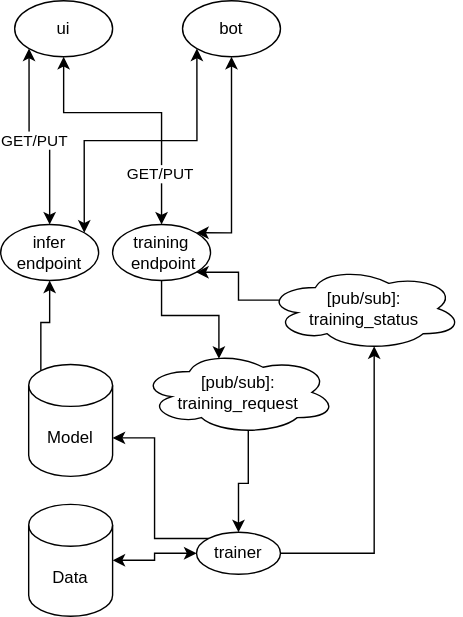
Earlier version of the draw.io export Architecture.svg (tianle91/astroturf). Source tidied: cells renumbered, new cells last; positions are measured from the earlier drawing's top-left corner, leaving out a move shared by most shapes.
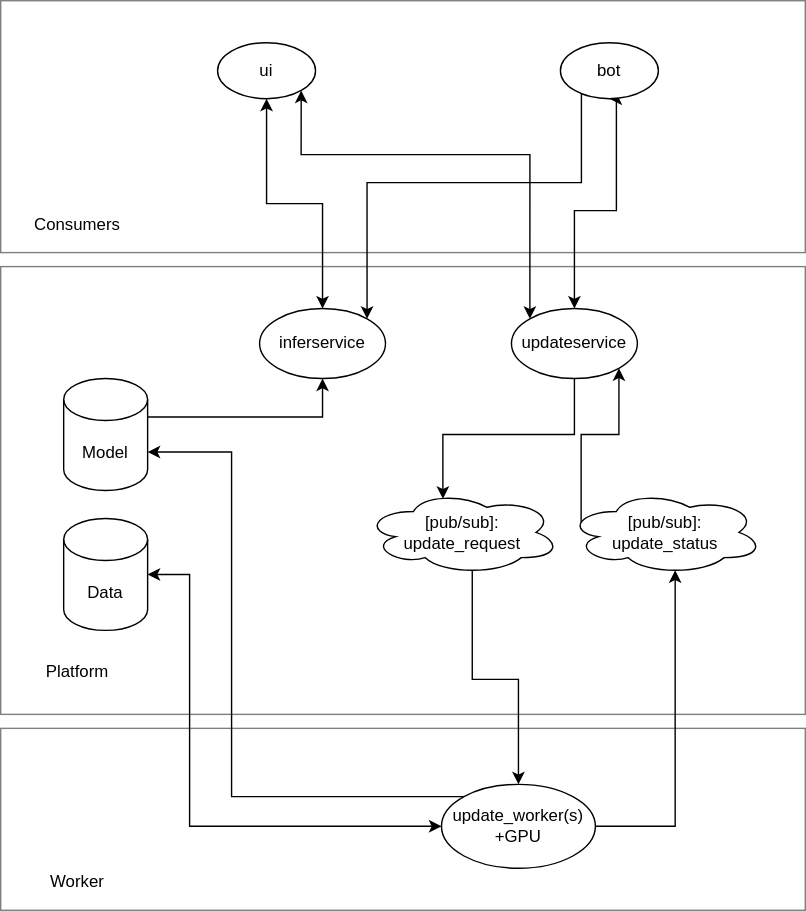
After the change.

Commit message:
new architecture and framework

Change to the diagram source:
```diff
@@ -2,82 +2,108 @@
   <root>
     <mxCell id="0" />
     <mxCell id="1" parent="0" />
+    <mxCell id="23" style="rounded=0;whiteSpace=wrap;html=1;sketch=0;opacity=50;" parent="1" vertex="1">
+      <mxGeometry x="15" y="510" width="575" height="130" as="geometry" />
+    </mxCell>
+    <mxCell id="24" style="rounded=0;whiteSpace=wrap;html=1;sketch=0;opacity=50;" parent="1" vertex="1">
+      <mxGeometry x="15" y="180" width="575" height="320" as="geometry" />
+    </mxCell>
+    <mxCell id="25" style="rounded=0;whiteSpace=wrap;html=1;sketch=0;opacity=50;" parent="1" vertex="1">
+      <mxGeometry x="15" y="-10" width="575" height="180" as="geometry" />
+    </mxCell>
     <mxCell id="2" style="edgeStyle=orthogonalEdgeStyle;rounded=0;jettySize=auto;html=1;exitX=1;exitY=0.5;exitDx=0;exitDy=0;exitPerimeter=0;entryX=0;entryY=0.5;entryDx=0;entryDy=0;startArrow=classic;startFill=1;" parent="1" edge="1" source="3" target="14">
-      <mxGeometry relative="1" as="geometry" />
+      <mxGeometry relative="1" as="geometry">
+        <Array as="points">
+          <mxPoint x="150" y="400" />
+          <mxPoint x="150" y="580" />
+        </Array>
+      </mxGeometry>
     </mxCell>
     <mxCell id="3" value="Data" style="shape=cylinder3;whiteSpace=wrap;html=1;boundedLbl=1;backgroundOutline=1;size=15;" parent="1" vertex="1">
-      <mxGeometry x="20" y="360" width="60" height="80" as="geometry" />
+      <mxGeometry x="60" y="360" width="60" height="80" as="geometry" />
     </mxCell>
-    <mxCell id="4" style="edgeStyle=orthogonalEdgeStyle;rounded=0;jettySize=auto;html=1;exitX=0.145;exitY=0;exitDx=0;exitDy=4.35;entryX=0.5;entryY=1;entryDx=0;entryDy=0;exitPerimeter=0;" parent="1" edge="1" source="5" target="11">
+    <mxCell id="4" style="edgeStyle=orthogonalEdgeStyle;rounded=0;jettySize=auto;html=1;exitX=1;exitY=0;exitDx=0;exitDy=27.5;entryX=0.5;entryY=1;entryDx=0;entryDy=0;exitPerimeter=0;" parent="1" edge="1" source="5" target="11">
       <mxGeometry relative="1" as="geometry" />
     </mxCell>
     <mxCell id="5" value="Model" style="shape=cylinder3;whiteSpace=wrap;html=1;boundedLbl=1;backgroundOutline=1;size=15;" parent="1" vertex="1">
-      <mxGeometry x="20" y="260" width="60" height="80" as="geometry" />
+      <mxGeometry x="60" y="260" width="60" height="80" as="geometry" />
     </mxCell>
     <mxCell id="6" style="edgeStyle=orthogonalEdgeStyle;rounded=0;jettySize=auto;html=1;exitX=0.55;exitY=0.95;exitDx=0;exitDy=0;exitPerimeter=0;entryX=0.5;entryY=0;entryDx=0;entryDy=0;startArrow=none;startFill=0;" parent="1" edge="1" source="7" target="14">
       <mxGeometry relative="1" as="geometry" />
     </mxCell>
-    <mxCell id="7" value="[pub/sub]: &lt;br&gt;training_request" style="ellipse;shape=cloud;whiteSpace=wrap;html=1;" parent="1" vertex="1">
-      <mxGeometry x="100" y="250" width="140" height="60" as="geometry" />
+    <mxCell id="7" value="[pub/sub]: &lt;br&gt;update_request" style="ellipse;shape=cloud;whiteSpace=wrap;html=1;" parent="1" vertex="1">
+      <mxGeometry x="275" y="340" width="140" height="60" as="geometry" />
     </mxCell>
-    <mxCell id="8" value="GET/PUT" style="edgeStyle=orthogonalEdgeStyle;rounded=0;jettySize=auto;html=1;exitX=0;exitY=1;exitDx=0;exitDy=0;entryX=0.5;entryY=0;entryDx=0;entryDy=0;startArrow=classic;startFill=1;" parent="1" edge="1" source="9" target="11">
+    <mxCell id="8" style="edgeStyle=orthogonalEdgeStyle;rounded=0;jettySize=auto;html=1;exitX=0.5;exitY=1;exitDx=0;exitDy=0;entryX=0.5;entryY=0;entryDx=0;entryDy=0;startArrow=classic;startFill=1;" parent="1" edge="1" source="9" target="11">
       <mxGeometry relative="1" as="geometry" />
     </mxCell>
+    <mxCell id="26" style="edgeStyle=orthogonalEdgeStyle;rounded=0;jettySize=auto;html=1;exitX=1;exitY=1;exitDx=0;exitDy=0;entryX=0;entryY=0;entryDx=0;entryDy=0;startArrow=classic;startFill=1;" parent="1" edge="1" source="9" target="19">
+      <mxGeometry relative="1" as="geometry">
+        <Array as="points">
+          <mxPoint x="230" y="100" />
+          <mxPoint x="393" y="100" />
+        </Array>
+      </mxGeometry>
+    </mxCell>
     <mxCell id="9" value="ui" style="ellipse;whiteSpace=wrap;html=1;" parent="1" vertex="1">
-      <mxGeometry x="10" width="70" height="40" as="geometry" />
+      <mxGeometry x="170" y="20" width="70" height="40" as="geometry" />
     </mxCell>
     <mxCell id="10" style="edgeStyle=orthogonalEdgeStyle;rounded=0;jettySize=auto;html=1;exitX=1;exitY=0;exitDx=0;exitDy=0;entryX=0;entryY=1;entryDx=0;entryDy=0;startArrow=classic;startFill=1;" parent="1" edge="1" source="11" target="22">
       <mxGeometry relative="1" as="geometry">
         <Array as="points">
-          <mxPoint x="60" y="100" />
-          <mxPoint x="140" y="100" />
+          <mxPoint x="277" y="120" />
+          <mxPoint x="430" y="120" />
         </Array>
       </mxGeometry>
     </mxCell>
-    <mxCell id="11" value="infer endpoint" style="ellipse;whiteSpace=wrap;html=1;" parent="1" vertex="1">
-      <mxGeometry y="160" width="70" height="40" as="geometry" />
+    <mxCell id="11" value="inferservice" style="ellipse;whiteSpace=wrap;html=1;sketch=0;" parent="1" vertex="1">
+      <mxGeometry x="200" y="210" width="90" height="50" as="geometry" />
     </mxCell>
     <mxCell id="12" style="edgeStyle=orthogonalEdgeStyle;rounded=0;jettySize=auto;html=1;exitX=0;exitY=0;exitDx=0;exitDy=0;entryX=1;entryY=0;entryDx=0;entryDy=52.5;entryPerimeter=0;startArrow=none;startFill=0;" parent="1" edge="1" source="14" target="5">
-      <mxGeometry relative="1" as="geometry" />
+      <mxGeometry relative="1" as="geometry">
+        <Array as="points">
+          <mxPoint x="180" y="559" />
+          <mxPoint x="180" y="313" />
+        </Array>
+      </mxGeometry>
     </mxCell>
     <mxCell id="13" style="edgeStyle=orthogonalEdgeStyle;rounded=0;jettySize=auto;html=1;exitX=1;exitY=0.5;exitDx=0;exitDy=0;entryX=0.55;entryY=0.95;entryDx=0;entryDy=0;entryPerimeter=0;startArrow=none;startFill=0;" parent="1" edge="1" source="14" target="21">
       <mxGeometry relative="1" as="geometry" />
     </mxCell>
-    <mxCell id="14" value="trainer" style="ellipse;whiteSpace=wrap;html=1;" parent="1" vertex="1">
-      <mxGeometry x="140" y="380" width="60" height="30" as="geometry" />
+    <mxCell id="14" value="update_worker(s)&lt;br&gt;+GPU" style="ellipse;whiteSpace=wrap;html=1;" parent="1" vertex="1">
+      <mxGeometry x="330" y="550" width="110" height="60" as="geometry" />
     </mxCell>
-    <mxCell id="15" style="edgeStyle=orthogonalEdgeStyle;rounded=0;jettySize=auto;html=1;exitX=0.5;exitY=0;exitDx=0;exitDy=0;entryX=0.5;entryY=1;entryDx=0;entryDy=0;startArrow=classic;startFill=1;" parent="1" edge="1" source="19" target="9">
-      <mxGeometry relative="1" as="geometry">
-        <Array as="points">
-          <mxPoint x="115" y="80" />
-          <mxPoint x="45" y="80" />
-        </Array>
-      </mxGeometry>
-    </mxCell>
-    <mxCell id="16" value="GET/PUT" style="edgeLabel;html=1;align=center;verticalAlign=middle;" parent="15" vertex="1">
-      <mxGeometry x="-0.61" y="2" relative="1" as="geometry" />
-    </mxCell>
     <mxCell id="17" style="edgeStyle=orthogonalEdgeStyle;rounded=0;jettySize=auto;html=1;exitX=0.5;exitY=1;exitDx=0;exitDy=0;entryX=0.4;entryY=0.1;entryDx=0;entryDy=0;entryPerimeter=0;startArrow=none;startFill=0;" parent="1" edge="1" source="19" target="7">
       <mxGeometry relative="1" as="geometry" />
     </mxCell>
-    <mxCell id="18" style="edgeStyle=orthogonalEdgeStyle;rounded=0;jettySize=auto;html=1;exitX=1;exitY=0;exitDx=0;exitDy=0;entryX=0.5;entryY=1;entryDx=0;entryDy=0;startArrow=classic;startFill=1;" parent="1" edge="1" source="19" target="22">
-      <mxGeometry relative="1" as="geometry">
-        <Array as="points">
-          <mxPoint x="165" y="166" />
-        </Array>
-      </mxGeometry>
-    </mxCell>
-    <mxCell id="19" value="training&lt;br&gt;&amp;nbsp;endpoint" style="ellipse;whiteSpace=wrap;html=1;" parent="1" vertex="1">
-      <mxGeometry x="80" y="160" width="70" height="40" as="geometry" />
+    <mxCell id="19" value="updateservice" style="ellipse;whiteSpace=wrap;html=1;" parent="1" vertex="1">
+      <mxGeometry x="380" y="210" width="90" height="50" as="geometry" />
     </mxCell>
     <mxCell id="20" style="edgeStyle=orthogonalEdgeStyle;rounded=0;jettySize=auto;html=1;exitX=0.07;exitY=0.4;exitDx=0;exitDy=0;exitPerimeter=0;entryX=1;entryY=1;entryDx=0;entryDy=0;startArrow=none;startFill=0;" parent="1" edge="1" source="21" target="19">
       <mxGeometry relative="1" as="geometry" />
     </mxCell>
-    <mxCell id="21" value="[pub/sub]: &lt;br&gt;training_status" style="ellipse;shape=cloud;whiteSpace=wrap;html=1;" parent="1" vertex="1">
-      <mxGeometry x="190" y="190" width="140" height="60" as="geometry" />
+    <mxCell id="21" value="[pub/sub]: &lt;br&gt;update_status" style="ellipse;shape=cloud;whiteSpace=wrap;html=1;" parent="1" vertex="1">
+      <mxGeometry x="420" y="340" width="140" height="60" as="geometry" />
     </mxCell>
+    <mxCell id="27" style="edgeStyle=orthogonalEdgeStyle;rounded=0;jettySize=auto;html=1;exitX=0.5;exitY=1;exitDx=0;exitDy=0;entryX=0.5;entryY=0;entryDx=0;entryDy=0;startArrow=classic;startFill=1;" parent="1" edge="1" source="22" target="19">
+      <mxGeometry relative="1" as="geometry">
+        <Array as="points">
+          <mxPoint x="455" y="140" />
+          <mxPoint x="425" y="140" />
+        </Array>
+      </mxGeometry>
+    </mxCell>
     <mxCell id="22" value="bot" style="ellipse;whiteSpace=wrap;html=1;" parent="1" vertex="1">
-      <mxGeometry x="130" width="70" height="40" as="geometry" />
+      <mxGeometry x="415" y="20" width="70" height="40" as="geometry" />
     </mxCell>
+    <mxCell id="28" value="Consumers" style="text;html=1;strokeColor=none;fillColor=none;align=center;verticalAlign=middle;whiteSpace=wrap;rounded=0;sketch=0;opacity=50;" parent="1" vertex="1">
+      <mxGeometry x="30" y="140" width="80" height="20" as="geometry" />
+    </mxCell>
+    <mxCell id="29" value="Platform" style="text;html=1;strokeColor=none;fillColor=none;align=center;verticalAlign=middle;whiteSpace=wrap;rounded=0;sketch=0;opacity=50;" parent="1" vertex="1">
+      <mxGeometry x="30" y="460" width="80" height="20" as="geometry" />
+    </mxCell>
+    <mxCell id="30" value="Worker" style="text;html=1;strokeColor=none;fillColor=none;align=center;verticalAlign=middle;whiteSpace=wrap;rounded=0;sketch=0;opacity=50;" parent="1" vertex="1">
+      <mxGeometry x="30" y="610" width="80" height="20" as="geometry" />
+    </mxCell>
   </root>
 </mxGraphModel>
```
